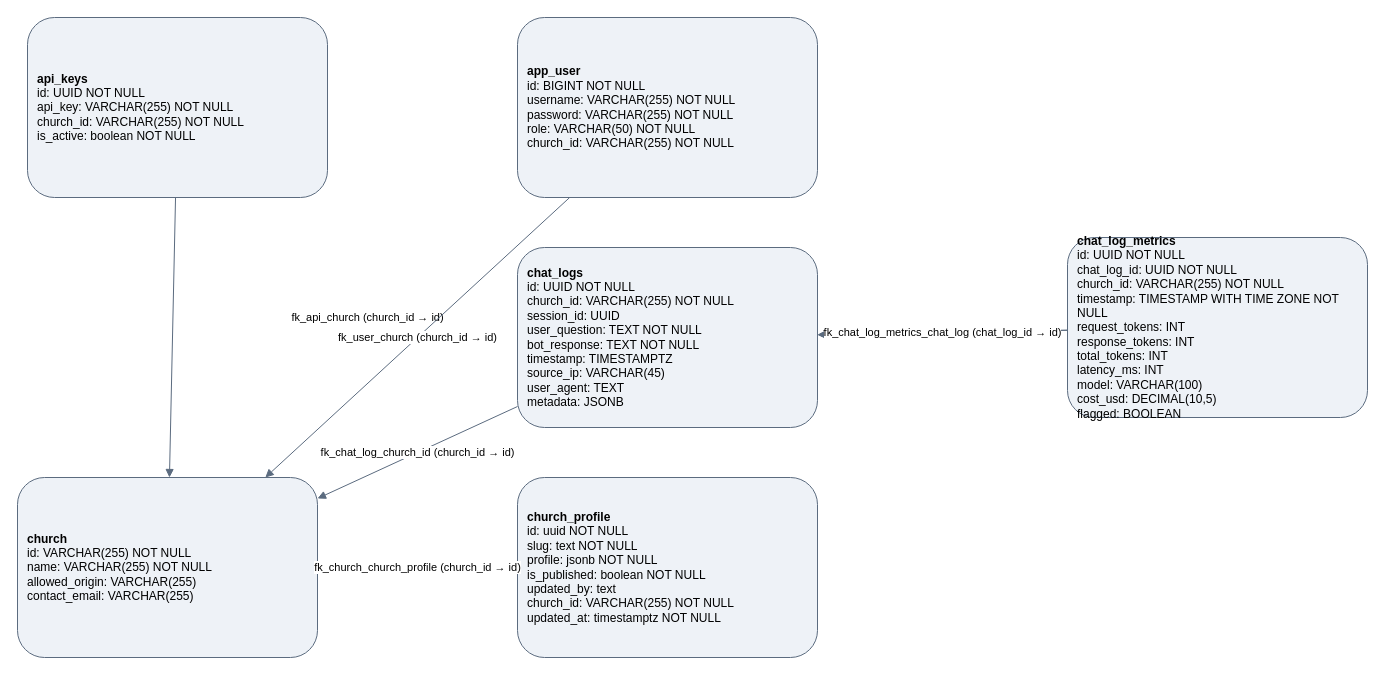
Earlier version of the draw.io diagram src/chapelchat-db-uml.drawio (emikac123-hub/ChapelChat). Source tidied: cells renumbered, new cells numbered last; positions are measured from the earlier drawing's top-left corner, leaving out a move shared by most shapes. Both pictures are drawn from the tidied source at 100%, with x=0, y=0 at pixel (17, 17).
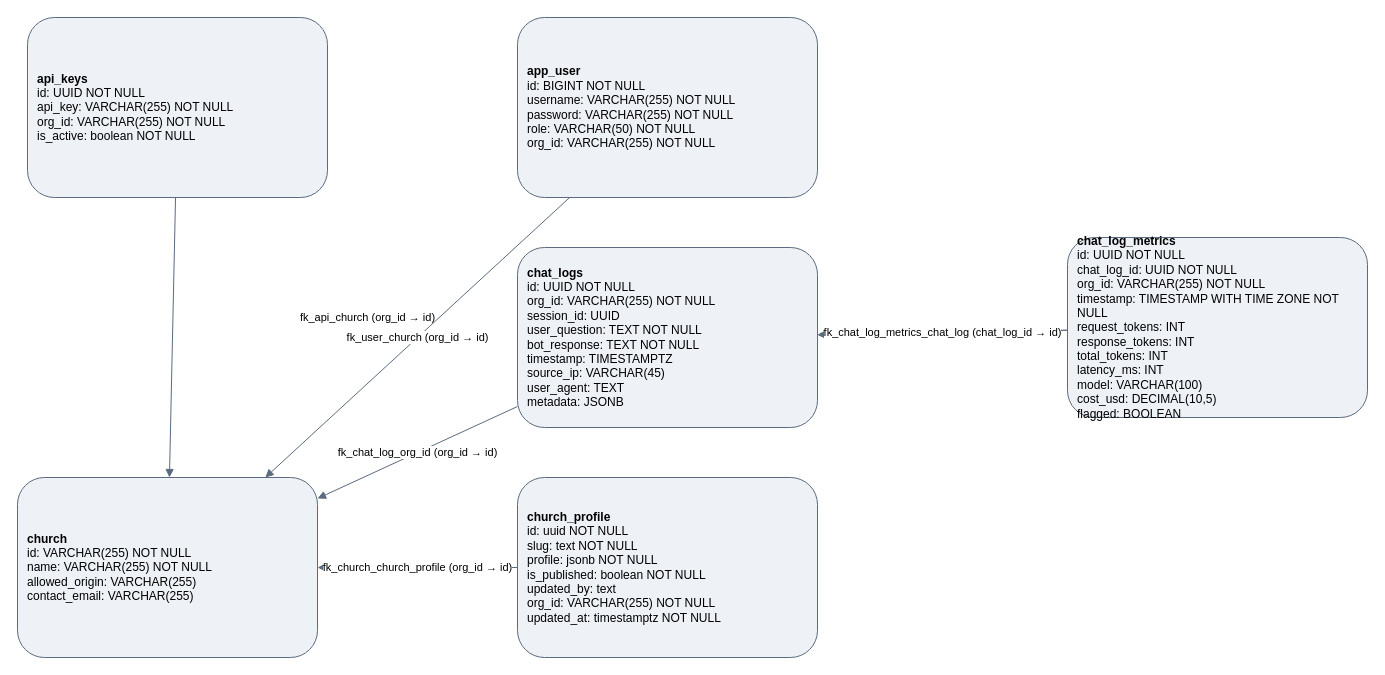
The same page after the edit.

What changed in the source:
```diff
@@
 <mxGraphModel>
   <root>
     <mxCell id="0" />
     <mxCell id="1" parent="0" />
-    <mxCell id="2" value="&lt;b&gt;api_keys&lt;/b&gt;&lt;br/&gt;id: UUID NOT NULL&lt;br/&gt;api_key: VARCHAR(255) NOT NULL&lt;br/&gt;church_id: VARCHAR(255) NOT NULL&lt;br/&gt;is_active: boolean NOT NULL" style="rounded=1;whiteSpace=wrap;html=1;fontSize=12;align=left;spacingLeft=8;strokeColor=#5B6B7F;fillColor=#EEF2F7;" parent="1" vertex="1">
+    <mxCell id="2" value="&lt;b&gt;api_keys&lt;/b&gt;&lt;br/&gt;id: UUID NOT NULL&lt;br/&gt;api_key: VARCHAR(255) NOT NULL&lt;br/&gt;org_id: VARCHAR(255) NOT NULL&lt;br/&gt;is_active: boolean NOT NULL" style="rounded=1;whiteSpace=wrap;html=1;fontSize=12;align=left;spacingLeft=8;strokeColor=#5B6B7F;fillColor=#EEF2F7;" parent="1" vertex="1">
       <mxGeometry x="10" width="300" height="180" as="geometry" />
     </mxCell>
-    <mxCell id="3" value="&lt;b&gt;app_user&lt;/b&gt;&lt;br/&gt;id: BIGINT NOT NULL&lt;br/&gt;username: VARCHAR(255) NOT NULL&lt;br/&gt;password: VARCHAR(255) NOT NULL&lt;br/&gt;role: VARCHAR(50) NOT NULL&lt;br/&gt;church_id: VARCHAR(255) NOT NULL" style="rounded=1;whiteSpace=wrap;html=1;fontSize=12;align=left;spacingLeft=8;strokeColor=#5B6B7F;fillColor=#EEF2F7;" parent="1" vertex="1">
+    <mxCell id="3" value="&lt;b&gt;app_user&lt;/b&gt;&lt;br/&gt;id: BIGINT NOT NULL&lt;br/&gt;username: VARCHAR(255) NOT NULL&lt;br/&gt;password: VARCHAR(255) NOT NULL&lt;br/&gt;role: VARCHAR(50) NOT NULL&lt;br/&gt;org_id: VARCHAR(255) NOT NULL" style="rounded=1;whiteSpace=wrap;html=1;fontSize=12;align=left;spacingLeft=8;strokeColor=#5B6B7F;fillColor=#EEF2F7;" parent="1" vertex="1">
       <mxGeometry x="500" width="300" height="180" as="geometry" />
     </mxCell>
-    <mxCell id="4" value="&lt;b&gt;chat_log_metrics&lt;/b&gt;&lt;br/&gt;id: UUID NOT NULL&lt;br/&gt;chat_log_id: UUID NOT NULL&lt;br/&gt;church_id: VARCHAR(255) NOT NULL&lt;br/&gt;timestamp: TIMESTAMP WITH TIME ZONE NOT NULL&lt;br/&gt;request_tokens: INT&lt;br/&gt;response_tokens: INT&lt;br/&gt;total_tokens: INT&lt;br/&gt;latency_ms: INT&lt;br/&gt;model: VARCHAR(100)&lt;br/&gt;cost_usd: DECIMAL(10,5)&lt;br/&gt;flagged: BOOLEAN" style="rounded=1;whiteSpace=wrap;html=1;fontSize=12;align=left;spacingLeft=8;strokeColor=#5B6B7F;fillColor=#EEF2F7;" parent="1" vertex="1">
+    <mxCell id="4" value="&lt;b&gt;chat_log_metrics&lt;/b&gt;&lt;br/&gt;id: UUID NOT NULL&lt;br/&gt;chat_log_id: UUID NOT NULL&lt;br/&gt;org_id: VARCHAR(255) NOT NULL&lt;br/&gt;timestamp: TIMESTAMP WITH TIME ZONE NOT NULL&lt;br/&gt;request_tokens: INT&lt;br/&gt;response_tokens: INT&lt;br/&gt;total_tokens: INT&lt;br/&gt;latency_ms: INT&lt;br/&gt;model: VARCHAR(100)&lt;br/&gt;cost_usd: DECIMAL(10,5)&lt;br/&gt;flagged: BOOLEAN" style="rounded=1;whiteSpace=wrap;html=1;fontSize=12;align=left;spacingLeft=8;strokeColor=#5B6B7F;fillColor=#EEF2F7;" parent="1" vertex="1">
       <mxGeometry x="1050" y="220" width="300" height="180" as="geometry" />
     </mxCell>
-    <mxCell id="5" value="&lt;b&gt;chat_logs&lt;/b&gt;&lt;br/&gt;id: UUID NOT NULL&lt;br/&gt;church_id: VARCHAR(255) NOT NULL&lt;br/&gt;session_id: UUID&lt;br/&gt;user_question: TEXT NOT NULL&lt;br/&gt;bot_response: TEXT NOT NULL&lt;br/&gt;timestamp: TIMESTAMPTZ&lt;br/&gt;source_ip: VARCHAR(45)&lt;br/&gt;user_agent: TEXT&lt;br/&gt;metadata: JSONB" style="rounded=1;whiteSpace=wrap;html=1;fontSize=12;align=left;spacingLeft=8;strokeColor=#5B6B7F;fillColor=#EEF2F7;" parent="1" vertex="1">
+    <mxCell id="5" value="&lt;b&gt;chat_logs&lt;/b&gt;&lt;br/&gt;id: UUID NOT NULL&lt;br/&gt;org_id: VARCHAR(255) NOT NULL&lt;br/&gt;session_id: UUID&lt;br/&gt;user_question: TEXT NOT NULL&lt;br/&gt;bot_response: TEXT NOT NULL&lt;br/&gt;timestamp: TIMESTAMPTZ&lt;br/&gt;source_ip: VARCHAR(45)&lt;br/&gt;user_agent: TEXT&lt;br/&gt;metadata: JSONB" style="rounded=1;whiteSpace=wrap;html=1;fontSize=12;align=left;spacingLeft=8;strokeColor=#5B6B7F;fillColor=#EEF2F7;" parent="1" vertex="1">
       <mxGeometry x="500" y="230" width="300" height="180" as="geometry" />
     </mxCell>
     <mxCell id="6" value="&lt;b&gt;church&lt;/b&gt;&lt;br/&gt;id: VARCHAR(255) NOT NULL&lt;br/&gt;name: VARCHAR(255) NOT NULL&lt;br/&gt;allowed_origin: VARCHAR(255)&lt;br/&gt;contact_email: VARCHAR(255)" style="rounded=1;whiteSpace=wrap;html=1;fontSize=12;align=left;spacingLeft=8;strokeColor=#5B6B7F;fillColor=#EEF2F7;" parent="1" vertex="1">
       <mxGeometry y="460" width="300" height="180" as="geometry" />
     </mxCell>
-    <mxCell id="7" value="&lt;b&gt;church_profile&lt;/b&gt;&lt;br/&gt;id: uuid NOT NULL&lt;br/&gt;slug: text NOT NULL&lt;br/&gt;profile: jsonb NOT NULL&lt;br/&gt;is_published: boolean NOT NULL&lt;br/&gt;updated_by: text&lt;br/&gt;church_id: VARCHAR(255) NOT NULL&lt;br/&gt;updated_at: timestamptz NOT NULL" style="rounded=1;whiteSpace=wrap;html=1;fontSize=12;align=left;spacingLeft=8;strokeColor=#5B6B7F;fillColor=#EEF2F7;" parent="1" vertex="1">
+    <mxCell id="7" value="&lt;b&gt;church_profile&lt;/b&gt;&lt;br/&gt;id: uuid NOT NULL&lt;br/&gt;slug: text NOT NULL&lt;br/&gt;profile: jsonb NOT NULL&lt;br/&gt;is_published: boolean NOT NULL&lt;br/&gt;updated_by: text&lt;br/&gt;org_id: VARCHAR(255) NOT NULL&lt;br/&gt;updated_at: timestamptz NOT NULL" style="rounded=1;whiteSpace=wrap;html=1;fontSize=12;align=left;spacingLeft=8;strokeColor=#5B6B7F;fillColor=#EEF2F7;" parent="1" vertex="1">
       <mxGeometry x="500" y="460" width="300" height="180" as="geometry" />
     </mxCell>
-    <mxCell id="8" value="fk_api_church (church_id → id)" style="endArrow=block;endFill=1;html=1;strokeColor=#5B6B7F;" parent="1" edge="1" source="2" target="6">
+    <mxCell id="8" value="fk_api_church (org_id → id)" style="endArrow=block;endFill=1;html=1;strokeColor=#5B6B7F;" parent="1" edge="1" source="2" target="6">
       <mxGeometry x="-0.17" y="195" relative="1" as="geometry" />
     </mxCell>
-    <mxCell id="9" value="fk_user_church (church_id → id)" style="endArrow=block;endFill=1;html=1;strokeColor=#5B6B7F;" parent="1" edge="1" source="3" target="6">
+    <mxCell id="9" value="fk_user_church (org_id → id)" style="endArrow=block;endFill=1;html=1;strokeColor=#5B6B7F;" parent="1" edge="1" source="3" target="6">
       <mxGeometry relative="1" as="geometry" />
     </mxCell>
-    <mxCell id="10" value="fk_chat_log_church_id (church_id → id)" style="endArrow=block;endFill=1;html=1;strokeColor=#5B6B7F;" parent="1" edge="1" source="5" target="6">
+    <mxCell id="10" value="fk_chat_log_org_id (org_id → id)" style="endArrow=block;endFill=1;html=1;strokeColor=#5B6B7F;" parent="1" edge="1" source="5" target="6">
       <mxGeometry relative="1" as="geometry" />
     </mxCell>
     <mxCell id="11" value="fk_chat_log_metrics_chat_log (chat_log_id → id)" style="endArrow=block;endFill=1;html=1;strokeColor=#5B6B7F;" parent="1" edge="1" source="4" target="5">
       <mxGeometry relative="1" as="geometry" />
     </mxCell>
     <mxCell id="12" value="fk_chat_log_metrics_chat_log (chat_log_id → id)" style="endArrow=block;endFill=1;html=1;strokeColor=#5B6B7F;" parent="1" edge="1" source="4" target="5">
       <mxGeometry relative="1" as="geometry" />
     </mxCell>
-    <mxCell id="13" value="fk_church_church_profile (church_id → id)" style="endArrow=block;endFill=1;html=1;strokeColor=#5B6B7F;" parent="1" edge="1" source="7" target="6">
+    <mxCell id="13" value="fk_church_church_profile (org_id → id)" style="endArrow=block;endFill=1;html=1;strokeColor=#5B6B7F;" parent="1" edge="1" source="7" target="6">
       <mxGeometry relative="1" as="geometry" />
     </mxCell>
   </root>
 </mxGraphModel>
```
